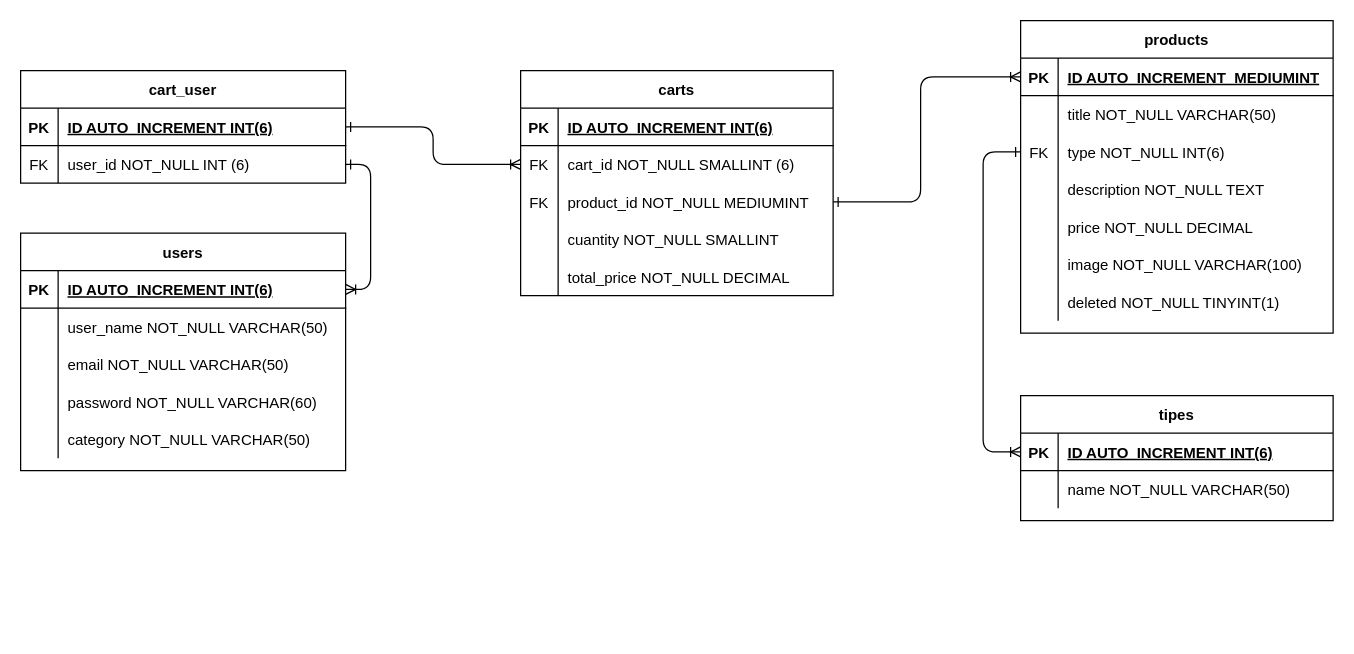
Above: database-diagram.drawio in Juan-Ignacio-Bordignon/Proyecto-Ecommerce (draw.io), before the change. Source tidied: cells renumbered, new cells numbered last; positions are measured from the earlier drawing's top-left corner, leaving out a move shared by most shapes. Both pictures are drawn from the tidied source at 125%, with x=0, y=0 at pixel (20, 20).
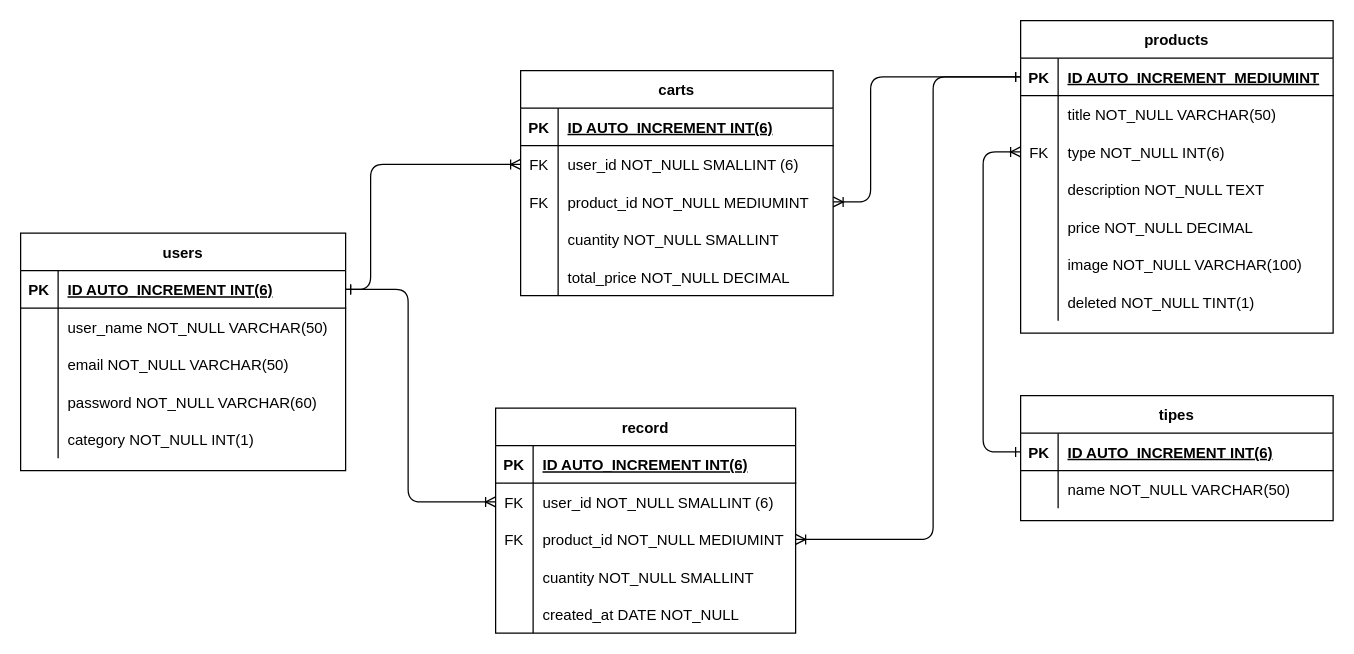
The same page after the edit.

Commit message (it also covers changes not shown here):
Drawio actualizado y script de datos

The change refers to these unchanged cells:
```xml
<mxCell id="3" style="shape=partialRectangle;fillColor=none;top=0;left=0;bottom=1;right=0;points=[[0,0.5],[1,0.5]];portConstraint=eastwest;" parent="2" vertex="1">
  <mxGeometry y="30" width="250" height="30" as="geometry" />
</mxCell>
<mxCell id="9" style="shape=partialRectangle;fillColor=none;top=0;left=0;bottom=0;right=0;points=[[0,0.5],[1,0.5]];portConstraint=eastwest;" parent="2" vertex="1">
  <mxGeometry y="90" width="250" height="30" as="geometry" />
</mxCell>
<mxCell id="21" style="shape=partialRectangle;fillColor=none;top=0;left=0;bottom=0;right=0;" parent="2" vertex="1">
  <mxGeometry y="210" width="250" height="30" as="geometry" />
</mxCell>
<mxCell id="25" style="shape=partialRectangle;fillColor=none;top=0;left=0;bottom=1;right=0;points=[[0,0.5],[1,0.5]];portConstraint=eastwest;" parent="24" vertex="1">
  <mxGeometry y="30" width="250" height="30" as="geometry" />
</mxCell>
<mxCell id="41" style="shape=partialRectangle;fillColor=none;top=0;left=0;bottom=1;right=0;points=[[0,0.5],[1,0.5]];portConstraint=eastwest;" parent="40" vertex="1">
  <mxGeometry y="30" width="260" height="30" as="geometry" />
</mxCell>
<mxCell id="53" style="shape=partialRectangle;fillColor=none;top=0;left=0;bottom=0;right=0;" parent="40" vertex="1">
  <mxGeometry y="150" width="260" height="30" as="geometry" />
</mxCell>
<mxCell id="61" style="shape=partialRectangle;fillColor=none;top=0;left=0;bottom=0;right=0;points=[[0,0.5],[1,0.5]];portConstraint=eastwest;" parent="57" vertex="1">
  <mxGeometry y="60" width="250" height="30" as="geometry" />
</mxCell>
<mxCell id="64" style="shape=partialRectangle;fillColor=none;top=0;left=0;bottom=0;right=0;points=[[0,0.5],[1,0.5]];portConstraint=eastwest;" parent="57" vertex="1">
  <mxGeometry y="90" width="250" height="30" as="geometry" />
</mxCell>
```

Change to the diagram source:
```diff
@@
-    <mxCell id="23" value="deleted NOT_NULL TINYINT(1)" style="shape=partialRectangle;fillColor=none;top=0;left=0;bottom=0;right=0;align=left;spacingLeft=6;overflow=hidden;" parent="21" vertex="1">
+    <mxCell id="23" value="deleted NOT_NULL TINT(1)" style="shape=partialRectangle;fillColor=none;top=0;left=0;bottom=0;right=0;align=left;spacingLeft=6;overflow=hidden;" parent="21" vertex="1">
       <mxGeometry x="30" width="220" height="30" as="geometry" />
     </mxCell>
@@
-    <mxCell id="31" style="edgeStyle=elbowEdgeStyle;fontSize=12;html=1;endArrow=ERoneToMany;entryX=0;entryY=0.5;entryDx=0;entryDy=0;exitX=0;exitY=0.5;exitDx=0;exitDy=0;startArrow=ERone;startFill=0;" parent="1" edge="1" source="9" target="25">
-      <mxGeometry relative="1" as="geometry">
-        <Array as="points">
-          <mxPoint x="770" y="260" />
-        </Array>
-      </mxGeometry>
-    </mxCell>
-    <mxCell id="32" value="cart_user" style="shape=table;startSize=30;childLayout=tableLayout;rowLines=0;fontStyle=1;align=center;" parent="1" vertex="1">
-      <mxGeometry y="40" width="260" height="90" as="geometry" />
-    </mxCell>
-    <mxCell id="33" style="shape=partialRectangle;fillColor=none;top=0;left=0;bottom=1;right=0;points=[[0,0.5],[1,0.5]];portConstraint=eastwest;" parent="32" vertex="1">
-      <mxGeometry y="30" width="260" height="30" as="geometry" />
-    </mxCell>
-    <mxCell id="34" value="PK" style="shape=partialRectangle;fillColor=none;top=0;left=0;bottom=0;right=0;fontStyle=1;overflow=hidden;" parent="33" vertex="1">
-      <mxGeometry width="30" height="30" as="geometry" />
-    </mxCell>
-    <mxCell id="35" value="ID AUTO_INCREMENT INT(6)" style="shape=partialRectangle;fillColor=none;top=0;left=0;bottom=0;right=0;align=left;spacingLeft=6;fontStyle=5;overflow=hidden;" parent="33" vertex="1">
-      <mxGeometry x="30" width="230" height="30" as="geometry" />
-    </mxCell>
-    <mxCell id="36" style="shape=partialRectangle;fillColor=none;top=0;left=0;bottom=0;right=0;points=[[0,0.5],[1,0.5]];portConstraint=eastwest;" parent="32" vertex="1">
-      <mxGeometry y="60" width="260" height="30" as="geometry" />
-    </mxCell>
-    <mxCell id="37" value="FK" style="shape=partialRectangle;fillColor=none;top=0;left=0;bottom=0;right=0;overflow=hidden;" parent="36" vertex="1">
-      <mxGeometry width="30" height="30" as="geometry" />
-    </mxCell>
-    <mxCell id="38" value="user_id NOT_NULL INT (6)" style="shape=partialRectangle;fillColor=none;top=0;left=0;bottom=0;right=0;align=left;spacingLeft=6;overflow=hidden;" parent="36" vertex="1">
-      <mxGeometry x="30" width="230" height="30" as="geometry" />
-    </mxCell>
-    <mxCell id="39" style="edgeStyle=elbowEdgeStyle;fontSize=12;html=1;endArrow=ERoneToMany;entryX=0;entryY=0.5;entryDx=0;entryDy=0;startArrow=ERone;startFill=0;exitX=1;exitY=0.5;exitDx=0;exitDy=0;" parent="1" edge="1" source="64" target="3">
-      <mxGeometry relative="1" as="geometry">
-        <Array as="points">
-          <mxPoint x="720" y="150" />
-          <mxPoint x="620" y="90" />
-        </Array>
-      </mxGeometry>
-    </mxCell>
@@
-    <mxCell id="55" value="category NOT_NULL VARCHAR(50)" style="shape=partialRectangle;fillColor=none;top=0;left=0;bottom=0;right=0;align=left;spacingLeft=6;overflow=hidden;" parent="53" vertex="1">
+    <mxCell id="55" value="category NOT_NULL INT(1)" style="shape=partialRectangle;fillColor=none;top=0;left=0;bottom=0;right=0;align=left;spacingLeft=6;overflow=hidden;" parent="53" vertex="1">
       <mxGeometry x="30" width="230" height="30" as="geometry" />
     </mxCell>
-    <mxCell id="56" style="edgeStyle=elbowEdgeStyle;fontSize=12;html=1;endArrow=ERoneToMany;startArrow=ERone;startFill=0;exitX=1;exitY=0.5;exitDx=0;exitDy=0;entryX=1;entryY=0.5;entryDx=0;entryDy=0;" parent="1" edge="1" source="36" target="41">
-      <mxGeometry relative="1" as="geometry">
-        <Array as="points">
-          <mxPoint x="280" y="100" />
-        </Array>
-      </mxGeometry>
-    </mxCell>
@@
-    <mxCell id="63" value="cart_id NOT_NULL SMALLINT (6)" style="shape=partialRectangle;fillColor=none;top=0;left=0;bottom=0;right=0;align=left;spacingLeft=6;overflow=hidden;" parent="61" vertex="1">
+    <mxCell id="63" value="user_id NOT_NULL SMALLINT (6)" style="shape=partialRectangle;fillColor=none;top=0;left=0;bottom=0;right=0;align=left;spacingLeft=6;overflow=hidden;" parent="61" vertex="1">
       <mxGeometry x="30" width="220" height="30" as="geometry" />
     </mxCell>
@@
-    <mxCell id="73" style="edgeStyle=elbowEdgeStyle;fontSize=12;html=1;endArrow=ERoneToMany;startArrow=ERone;startFill=0;exitX=1;exitY=0.5;exitDx=0;exitDy=0;entryX=0;entryY=0.5;entryDx=0;entryDy=0;" parent="1" edge="1" source="33" target="61">
-      <mxGeometry relative="1" as="geometry">
-        <Array as="points">
-          <mxPoint x="330" y="100" />
-        </Array>
-      </mxGeometry>
-    </mxCell>
+    <mxCell id="56" style="edgeStyle=elbowEdgeStyle;fontSize=12;html=1;endArrow=ERoneToMany;startArrow=ERone;startFill=0;exitX=1;exitY=0.5;exitDx=0;exitDy=0;entryX=0;entryY=0.5;entryDx=0;entryDy=0;" parent="1" edge="1" source="41" target="61">
+      <mxGeometry relative="1" as="geometry">
+        <Array as="points">
+          <mxPoint x="280" y="100" />
+        </Array>
+      </mxGeometry>
+    </mxCell>
+    <mxCell id="39" style="edgeStyle=elbowEdgeStyle;fontSize=12;html=1;endArrow=ERoneToMany;entryX=1;entryY=0.5;entryDx=0;entryDy=0;startArrow=ERone;startFill=0;exitX=0;exitY=0.5;exitDx=0;exitDy=0;" parent="1" edge="1" source="3" target="64">
+      <mxGeometry relative="1" as="geometry">
+        <Array as="points">
+          <mxPoint x="680" y="100" />
+          <mxPoint x="720" y="150" />
+        </Array>
+      </mxGeometry>
+    </mxCell>
+    <mxCell id="31" style="edgeStyle=elbowEdgeStyle;fontSize=12;html=1;endArrow=ERoneToMany;entryX=0;entryY=0.5;entryDx=0;entryDy=0;exitX=0;exitY=0.5;exitDx=0;exitDy=0;startArrow=ERone;startFill=0;" parent="1" edge="1" source="25" target="9">
+      <mxGeometry relative="1" as="geometry">
+        <Array as="points">
+          <mxPoint x="770" y="260" />
+        </Array>
+      </mxGeometry>
+    </mxCell>
+    <mxCell id="74" value="record" style="shape=table;startSize=30;childLayout=tableLayout;rowLines=0;fontStyle=1;align=center;" parent="1" vertex="1">
+      <mxGeometry x="380" y="310" width="240" height="180" as="geometry" />
+    </mxCell>
+    <mxCell id="75" style="shape=partialRectangle;fillColor=none;top=0;left=0;bottom=1;right=0;" parent="74" vertex="1">
+      <mxGeometry y="30" width="240" height="30" as="geometry" />
+    </mxCell>
+    <mxCell id="34" value="PK" style="shape=partialRectangle;fillColor=none;top=0;left=0;bottom=0;right=0;fontStyle=1;overflow=hidden;" parent="75" vertex="1">
+      <mxGeometry width="30" height="30" as="geometry" />
+    </mxCell>
+    <mxCell id="35" value="ID AUTO_INCREMENT INT(6)" style="shape=partialRectangle;fillColor=none;top=0;left=0;bottom=0;right=0;align=left;spacingLeft=6;fontStyle=5;overflow=hidden;" parent="75" vertex="1">
+      <mxGeometry x="30" width="210" height="30" as="geometry" />
+    </mxCell>
+    <mxCell id="76" style="shape=partialRectangle;fillColor=none;top=0;left=0;bottom=0;right=0;points=[[0,0.5],[1,0.5]];portConstraint=eastwest;" parent="74" vertex="1">
+      <mxGeometry y="60" width="240" height="30" as="geometry" />
+    </mxCell>
+    <mxCell id="77" value="FK" style="shape=partialRectangle;fillColor=none;top=0;left=0;bottom=0;right=0;overflow=hidden;" parent="76" vertex="1">
+      <mxGeometry width="30" height="30" as="geometry" />
+    </mxCell>
+    <mxCell id="78" value="user_id NOT_NULL SMALLINT (6)" style="shape=partialRectangle;fillColor=none;top=0;left=0;bottom=0;right=0;align=left;spacingLeft=6;overflow=hidden;" parent="76" vertex="1">
+      <mxGeometry x="30" width="210" height="30" as="geometry" />
+    </mxCell>
+    <mxCell id="79" style="shape=partialRectangle;fillColor=none;top=0;left=0;bottom=0;right=0;points=[[0,0.5],[1,0.5]];portConstraint=eastwest;" parent="74" vertex="1">
+      <mxGeometry y="90" width="240" height="30" as="geometry" />
+    </mxCell>
+    <mxCell id="80" value="FK" style="shape=partialRectangle;fillColor=none;top=0;left=0;bottom=0;right=0;overflow=hidden;" parent="79" vertex="1">
+      <mxGeometry width="30" height="30" as="geometry" />
+    </mxCell>
+    <mxCell id="81" value="product_id NOT_NULL MEDIUMINT" style="shape=partialRectangle;fillColor=none;top=0;left=0;bottom=0;right=0;align=left;spacingLeft=6;overflow=hidden;" parent="79" vertex="1">
+      <mxGeometry x="30" width="210" height="30" as="geometry" />
+    </mxCell>
+    <mxCell id="82" style="shape=partialRectangle;fillColor=none;top=0;left=0;bottom=0;right=0;" parent="74" vertex="1">
+      <mxGeometry y="120" width="240" height="30" as="geometry" />
+    </mxCell>
+    <mxCell id="83" style="shape=partialRectangle;fillColor=none;top=0;left=0;bottom=0;right=0;overflow=hidden;" parent="82" vertex="1">
+      <mxGeometry width="30" height="30" as="geometry" />
+    </mxCell>
+    <mxCell id="84" value="cuantity NOT_NULL SMALLINT" style="shape=partialRectangle;fillColor=none;top=0;left=0;bottom=0;right=0;align=left;spacingLeft=6;overflow=hidden;" parent="82" vertex="1">
+      <mxGeometry x="30" width="210" height="30" as="geometry" />
+    </mxCell>
+    <mxCell id="85" style="shape=partialRectangle;fillColor=none;top=0;left=0;bottom=0;right=0;" parent="74" vertex="1">
+      <mxGeometry y="150" width="240" height="30" as="geometry" />
+    </mxCell>
+    <mxCell id="86" style="shape=partialRectangle;fillColor=none;top=0;left=0;bottom=0;right=0;overflow=hidden;" parent="85" vertex="1">
+      <mxGeometry width="30" height="30" as="geometry" />
+    </mxCell>
+    <mxCell id="87" value="created_at DATE NOT_NULL" style="shape=partialRectangle;fillColor=none;top=0;left=0;bottom=0;right=0;align=left;spacingLeft=6;overflow=hidden;" parent="85" vertex="1">
+      <mxGeometry x="30" width="210" height="30" as="geometry" />
+    </mxCell>
+    <mxCell id="88" style="edgeStyle=elbowEdgeStyle;fontSize=12;html=1;endArrow=ERoneToMany;startArrow=ERone;startFill=0;exitX=1;exitY=0.5;exitDx=0;exitDy=0;entryX=0;entryY=0.5;entryDx=0;entryDy=0;" parent="1" edge="1" source="41" target="76">
+      <mxGeometry relative="1" as="geometry">
+        <Array as="points">
+          <mxPoint x="310" y="280" />
+        </Array>
+      </mxGeometry>
+    </mxCell>
+    <mxCell id="89" style="edgeStyle=elbowEdgeStyle;fontSize=12;html=1;endArrow=ERoneToMany;entryX=1;entryY=0.5;entryDx=0;entryDy=0;startArrow=ERone;startFill=0;exitX=0;exitY=0.5;exitDx=0;exitDy=0;" parent="1" edge="1" source="3" target="79">
+      <mxGeometry relative="1" as="geometry">
+        <Array as="points">
+          <mxPoint x="730" y="230" />
+          <mxPoint x="730" y="160" />
+        </Array>
+      </mxGeometry>
+    </mxCell>
```
